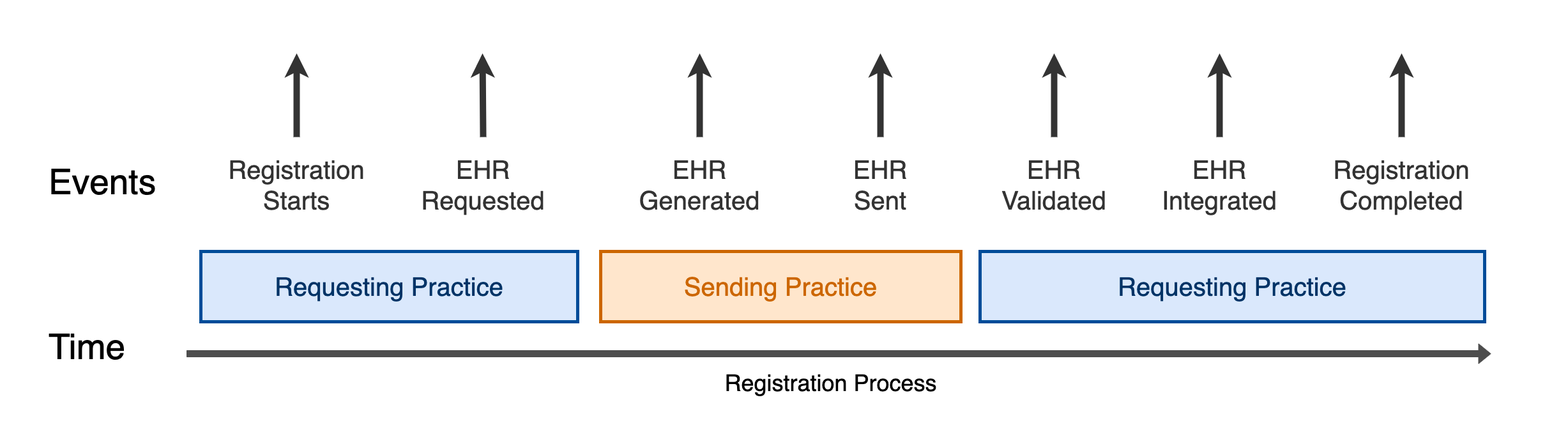
nhsconnect/prm-external-developer-website keeps this draw.io diagram as static/RFC0001_gp2gp_mi/events_example.png. Above is the earlier version. Source tidied: cells renumbered, new cells last; positions are measured from the earlier drawing's top-left corner, leaving out a move shared by most shapes.
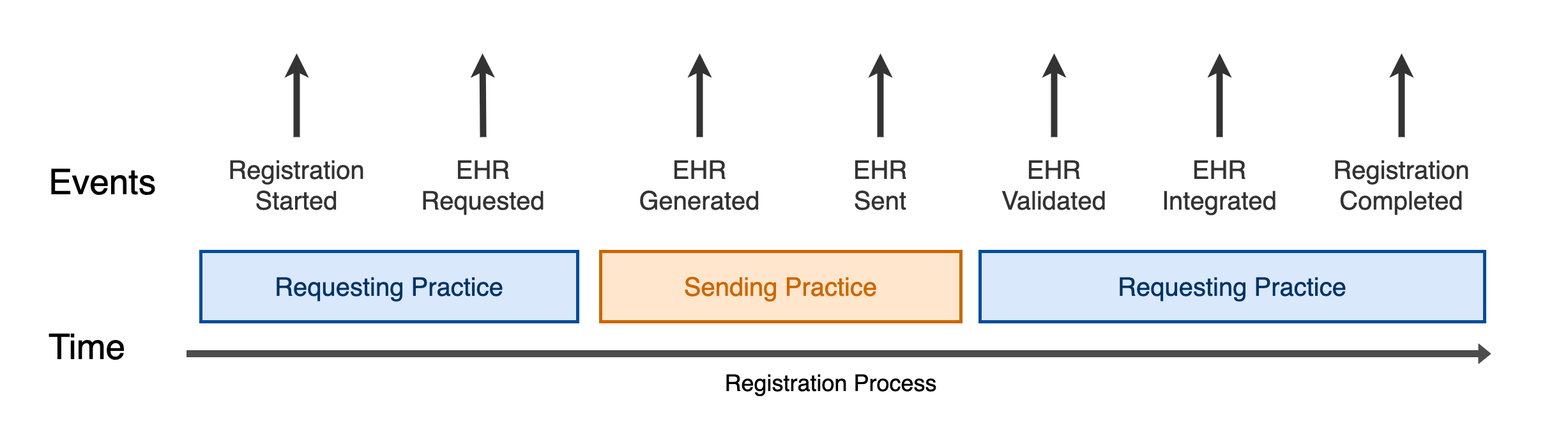
The same diagram one commit later.

Commit message:
PRMT-1382 [HZ/MP] Renamed Registration Starts to Registration Started - Updated the Scope paragraph

Diff of the diagram source:
```diff
@@ -33,7 +33,7 @@
     <mxCell id="10" value="&lt;font style=&quot;font-size: 40px&quot;&gt;Sending Practice&lt;/font&gt;" style="rounded=0;whiteSpace=wrap;html=1;fillColor=#ffe6cc;strokeWidth=5;fontColor=#CC6600;strokeColor=#CC6600;" parent="1" vertex="1">
       <mxGeometry x="938" y="391" width="564" height="110" as="geometry" />
     </mxCell>
-    <mxCell id="11" value="Registration Starts" style="text;html=1;strokeColor=none;fillColor=none;align=center;verticalAlign=middle;whiteSpace=wrap;rounded=0;shadow=1;fontColor=#333333;fontSize=40;" parent="1" vertex="1">
+    <mxCell id="11" value="Registration Started" style="text;html=1;strokeColor=none;fillColor=none;align=center;verticalAlign=middle;whiteSpace=wrap;rounded=0;shadow=1;fontColor=#333333;fontSize=40;" parent="1" vertex="1">
       <mxGeometry x="312" y="212" width="300" height="150" as="geometry" />
     </mxCell>
     <mxCell id="12" value="EHR Requested" style="text;html=1;strokeColor=none;fillColor=none;align=center;verticalAlign=middle;whiteSpace=wrap;rounded=0;shadow=1;fontColor=#333333;fontSize=40;" parent="1" vertex="1">
```
